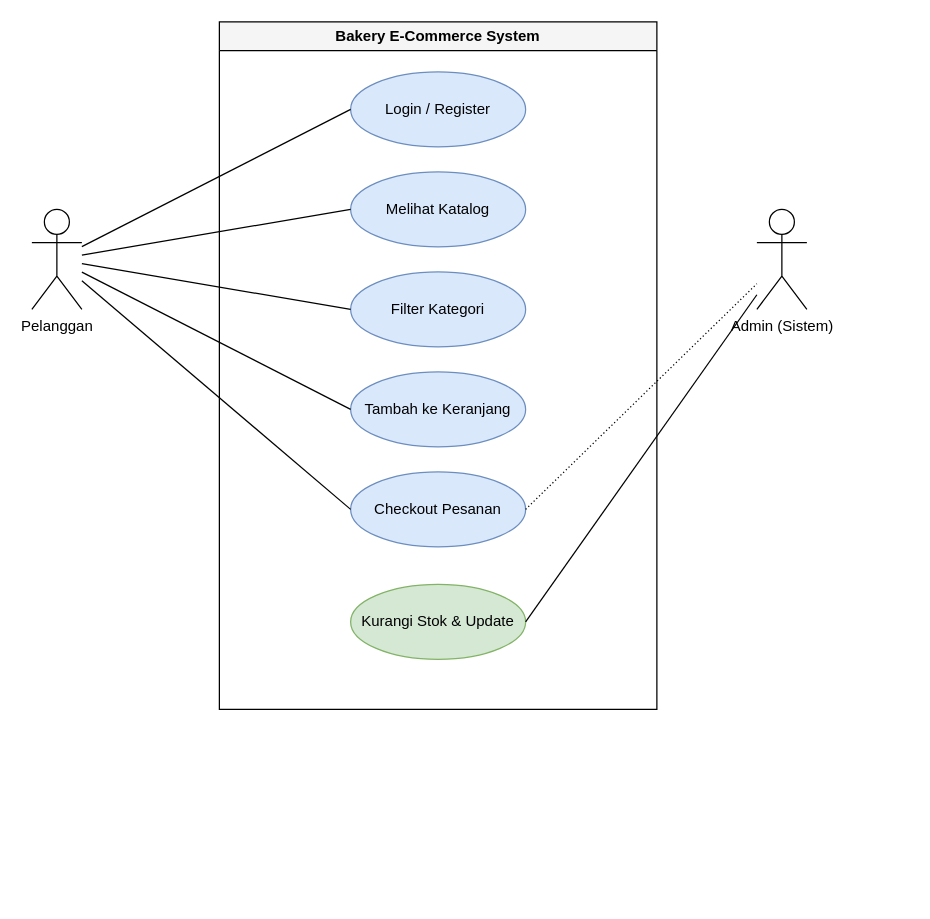
Earlier version of the draw.io diagram docs/bakery_usecase.drawio (mirsydfchrynto/bakery-ecommerce-app). Source tidied: cells renumbered, new cells numbered last; positions are measured from the earlier drawing's top-left corner, leaving out a move shared by most shapes. Both pictures are drawn from the tidied source at 125%, with x=0, y=0 at pixel (31, 21).
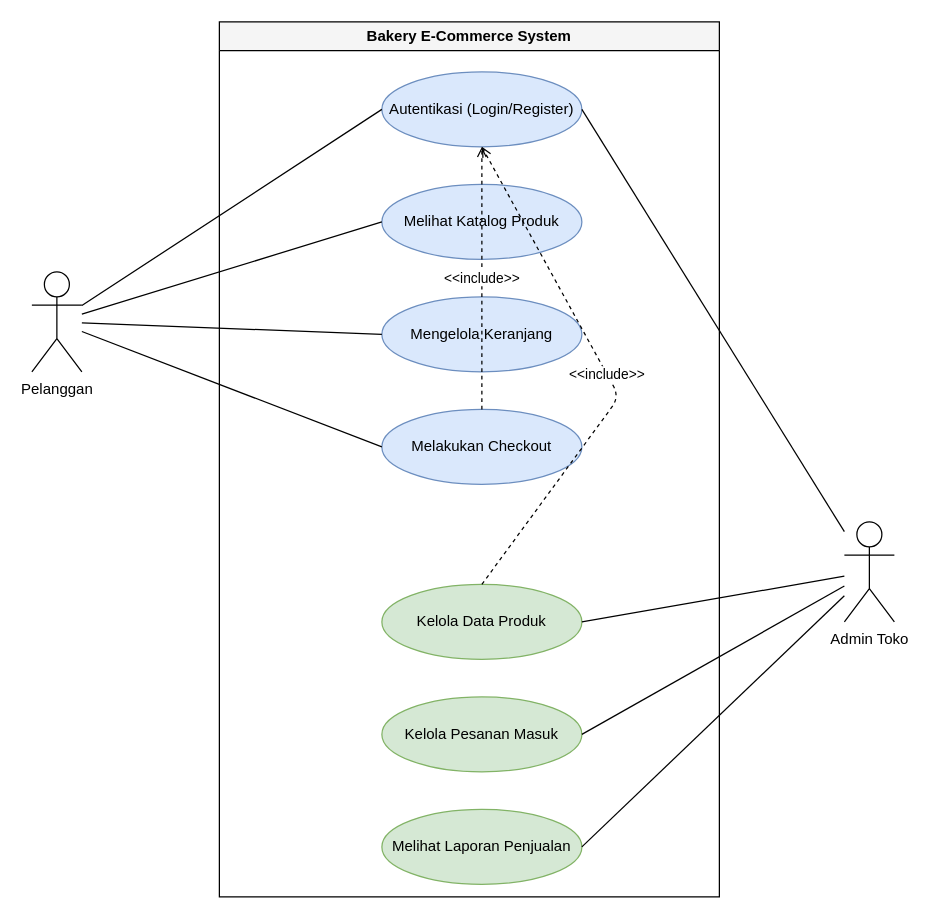
The same page after the edit.

Commit message (it also covers changes not shown here):
docs: Refactor Use Case Diagram to meet UML standards and add explanation

Diff of the diagram source:
```diff
@@
     <mxCell id="2" value="Bakery E-Commerce System" style="swimlane;whiteSpace=wrap;html=1;startSize=23;fillColor=#f5f5f5;fontStyle=1;" parent="1" vertex="1">
-      <mxGeometry x="150" width="350" height="550" as="geometry" />
+      <mxGeometry x="150" width="400" height="700" as="geometry" />
     </mxCell>
     <mxCell id="3" value="Pelanggan" style="shape=umlActor;verticalLabelPosition=bottom;verticalAlign=top;html=1;outlineConnect=0;" parent="1" vertex="1">
-      <mxGeometry y="150" width="40" height="80" as="geometry" />
+      <mxGeometry y="200" width="40" height="80" as="geometry" />
     </mxCell>
-    <mxCell id="4" value="Admin (Sistem)" style="shape=umlActor;verticalLabelPosition=bottom;verticalAlign=top;html=1;outlineConnect=0;" parent="1" vertex="1">
-      <mxGeometry x="580" y="150" width="40" height="80" as="geometry" />
+    <mxCell id="4" value="Admin Toko" style="shape=umlActor;verticalLabelPosition=bottom;verticalAlign=top;html=1;outlineConnect=0;" parent="1" vertex="1">
+      <mxGeometry x="650" y="400" width="40" height="80" as="geometry" />
     </mxCell>
-    <mxCell id="5" value="Login / Register" style="ellipse;whiteSpace=wrap;html=1;fillColor=#dae8fc;strokeColor=#6c8ebf;" parent="2" vertex="1">
-      <mxGeometry x="105" y="40" width="140" height="60" as="geometry" />
-    </mxCell>
+    <mxCell id="18" value="Autentikasi (Login/Register)" style="ellipse;whiteSpace=wrap;html=1;fillColor=#dae8fc;strokeColor=#6c8ebf;" parent="2" vertex="1">
+      <mxGeometry x="130" y="40" width="160" height="60" as="geometry" />
+    </mxCell>
-    <mxCell id="6" value="Melihat Katalog" style="ellipse;whiteSpace=wrap;html=1;fillColor=#dae8fc;strokeColor=#6c8ebf;" parent="2" vertex="1">
-      <mxGeometry x="105" y="120" width="140" height="60" as="geometry" />
+    <mxCell id="6" value="Melihat Katalog Produk" style="ellipse;whiteSpace=wrap;html=1;fillColor=#dae8fc;strokeColor=#6c8ebf;" parent="2" vertex="1">
+      <mxGeometry x="130" y="130" width="160" height="60" as="geometry" />
     </mxCell>
-    <mxCell id="7" value="Filter Kategori" style="ellipse;whiteSpace=wrap;html=1;fillColor=#dae8fc;strokeColor=#6c8ebf;" parent="2" vertex="1">
-      <mxGeometry x="105" y="200" width="140" height="60" as="geometry" />
-    </mxCell>
-    <mxCell id="8" value="Tambah ke Keranjang" style="ellipse;whiteSpace=wrap;html=1;fillColor=#dae8fc;strokeColor=#6c8ebf;" parent="2" vertex="1">
-      <mxGeometry x="105" y="280" width="140" height="60" as="geometry" />
+    <mxCell id="8" value="Mengelola Keranjang" style="ellipse;whiteSpace=wrap;html=1;fillColor=#dae8fc;strokeColor=#6c8ebf;" parent="2" vertex="1">
+      <mxGeometry x="130" y="220" width="160" height="60" as="geometry" />
     </mxCell>
-    <mxCell id="9" value="Checkout Pesanan" style="ellipse;whiteSpace=wrap;html=1;fillColor=#dae8fc;strokeColor=#6c8ebf;" parent="2" vertex="1">
-      <mxGeometry x="105" y="360" width="140" height="60" as="geometry" />
+    <mxCell id="9" value="Melakukan Checkout" style="ellipse;whiteSpace=wrap;html=1;fillColor=#dae8fc;strokeColor=#6c8ebf;" parent="2" vertex="1">
+      <mxGeometry x="130" y="310" width="160" height="60" as="geometry" />
     </mxCell>
-    <mxCell id="10" value="Kurangi Stok &amp; Update" style="ellipse;whiteSpace=wrap;html=1;fillColor=#d5e8d4;strokeColor=#82b366;" parent="2" vertex="1">
-      <mxGeometry x="105" y="450" width="140" height="60" as="geometry" />
-    </mxCell>
-    <mxCell id="11" style="edgeStyle=none;rounded=0;jettySize=auto;html=1;entryX=0;entryY=0.5;entryDx=0;entryDy=0;endArrow=none;endFill=0;" parent="1" edge="1" source="3" target="5">
-      <mxGeometry relative="1" as="geometry" />
-    </mxCell>
+    <mxCell id="19" value="Kelola Data Produk" style="ellipse;whiteSpace=wrap;html=1;fillColor=#d5e8d4;strokeColor=#82b366;" parent="2" vertex="1">
+      <mxGeometry x="130" y="450" width="160" height="60" as="geometry" />
+    </mxCell>
+    <mxCell id="20" value="Kelola Pesanan Masuk" style="ellipse;whiteSpace=wrap;html=1;fillColor=#d5e8d4;strokeColor=#82b366;" parent="2" vertex="1">
+      <mxGeometry x="130" y="540" width="160" height="60" as="geometry" />
+    </mxCell>
+    <mxCell id="21" value="Melihat Laporan Penjualan" style="ellipse;whiteSpace=wrap;html=1;fillColor=#d5e8d4;strokeColor=#82b366;" parent="2" vertex="1">
+      <mxGeometry x="130" y="630" width="160" height="60" as="geometry" />
+    </mxCell>
+    <mxCell id="22" style="edgeStyle=none;rounded=0;jettySize=auto;html=1;entryX=0;entryY=0.5;endArrow=none;endFill=0;" parent="1" edge="1" source="3" target="18">
+      <mxGeometry relative="1" as="geometry" />
+    </mxCell>
-    <mxCell id="12" style="edgeStyle=none;rounded=0;jettySize=auto;html=1;entryX=0;entryY=0.5;entryDx=0;entryDy=0;endArrow=none;endFill=0;" parent="1" edge="1" source="3" target="6">
+    <mxCell id="12" style="edgeStyle=none;rounded=0;jettySize=auto;html=1;entryX=0;entryY=0.5;endArrow=none;endFill=0;" parent="1" edge="1" source="3" target="6">
       <mxGeometry relative="1" as="geometry" />
     </mxCell>
-    <mxCell id="13" style="edgeStyle=none;rounded=0;jettySize=auto;html=1;entryX=0;entryY=0.5;entryDx=0;entryDy=0;endArrow=none;endFill=0;" parent="1" edge="1" source="3" target="7">
-      <mxGeometry relative="1" as="geometry" />
-    </mxCell>
-    <mxCell id="14" style="edgeStyle=none;rounded=0;jettySize=auto;html=1;entryX=0;entryY=0.5;entryDx=0;entryDy=0;endArrow=none;endFill=0;" parent="1" edge="1" source="3" target="8">
+    <mxCell id="14" style="edgeStyle=none;rounded=0;jettySize=auto;html=1;entryX=0;entryY=0.5;endArrow=none;endFill=0;" parent="1" edge="1" source="3" target="8">
       <mxGeometry relative="1" as="geometry" />
     </mxCell>
-    <mxCell id="15" style="edgeStyle=none;rounded=0;jettySize=auto;html=1;entryX=0;entryY=0.5;entryDx=0;entryDy=0;endArrow=none;endFill=0;" parent="1" edge="1" source="3" target="9">
+    <mxCell id="15" style="edgeStyle=none;rounded=0;jettySize=auto;html=1;entryX=0;entryY=0.5;endArrow=none;endFill=0;" parent="1" edge="1" source="3" target="9">
       <mxGeometry relative="1" as="geometry" />
     </mxCell>
-    <mxCell id="16" style="edgeStyle=none;rounded=0;jettySize=auto;html=1;exitX=1;exitY=0.5;exitDx=0;exitDy=0;endArrow=none;endFill=0;dashed=1;dashPattern=1 2;" parent="1" edge="1" source="9" target="4">
-      <mxGeometry relative="1" as="geometry" />
-    </mxCell>
-    <mxCell id="17" style="edgeStyle=none;rounded=0;jettySize=auto;html=1;exitX=1;exitY=0.5;exitDx=0;exitDy=0;endArrow=none;endFill=0;" parent="1" edge="1" source="10" target="4">
-      <mxGeometry relative="1" as="geometry" />
-    </mxCell>
+    <mxCell id="23" style="edgeStyle=none;rounded=0;jettySize=auto;html=1;exitX=1;exitY=0.5;endArrow=none;endFill=0;" parent="1" edge="1" source="18" target="4">
+      <mxGeometry relative="1" as="geometry" />
+    </mxCell>
+    <mxCell id="24" style="edgeStyle=none;rounded=0;jettySize=auto;html=1;exitX=1;exitY=0.5;endArrow=none;endFill=0;" parent="1" edge="1" source="19" target="4">
+      <mxGeometry relative="1" as="geometry" />
+    </mxCell>
+    <mxCell id="25" style="edgeStyle=none;rounded=0;jettySize=auto;html=1;exitX=1;exitY=0.5;endArrow=none;endFill=0;" parent="1" edge="1" source="20" target="4">
+      <mxGeometry relative="1" as="geometry" />
+    </mxCell>
+    <mxCell id="26" style="edgeStyle=none;rounded=0;jettySize=auto;html=1;exitX=1;exitY=0.5;endArrow=none;endFill=0;" parent="1" edge="1" source="21" target="4">
+      <mxGeometry relative="1" as="geometry" />
+    </mxCell>
+    <mxCell id="27" value="&amp;lt;&amp;lt;include&amp;gt;&amp;gt;" style="edgeStyle=none;html=1;dashed=1;endArrow=open;endFill=0;exitX=0.5;exitY=0;entryX=0.5;entryY=1;" parent="2" edge="1" source="9" target="18">
+      <mxGeometry relative="1" as="geometry" />
+    </mxCell>
+    <mxCell id="28" value="&amp;lt;&amp;lt;include&amp;gt;&amp;gt;" style="edgeStyle=none;html=1;dashed=1;endArrow=open;endFill=0;exitX=0.5;exitY=0;entryX=0.5;entryY=1;bendRouting=1;" parent="2" edge="1" source="19" target="18">
+      <mxGeometry relative="1" as="geometry">
+        <Array as="points">
+          <mxPoint x="320" y="300" />
+        </Array>
+      </mxGeometry>
+    </mxCell>
```
